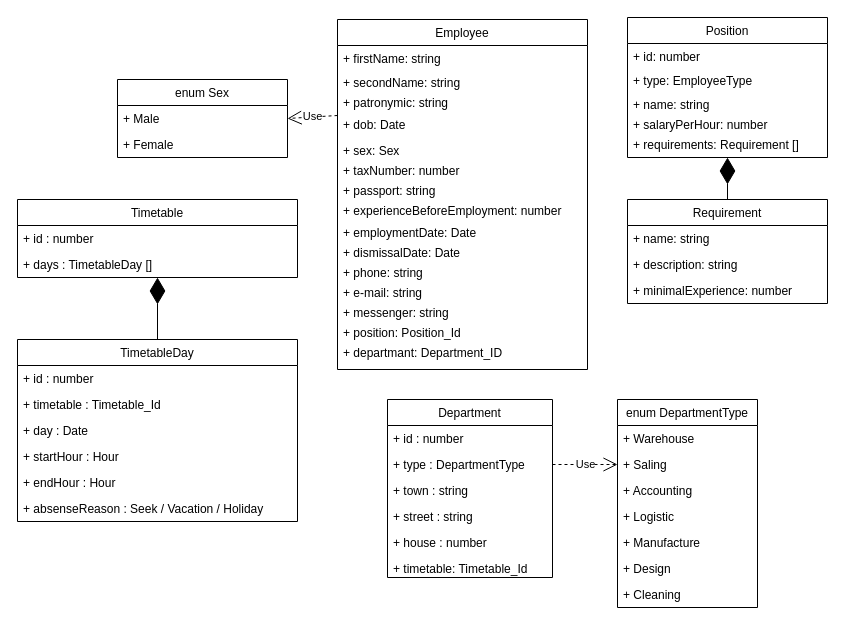
The draw.io diagram HR/hr.drawio in CloudOpsMaster/factoryBusinessOptimisation, before the edit. Source tidied: cells renumbered, new cells numbered last; positions are measured from the earlier drawing's top-left corner, leaving out a move shared by most shapes. Both pictures are drawn from the tidied source at 100%, with x=0, y=0 at pixel (17, 17).
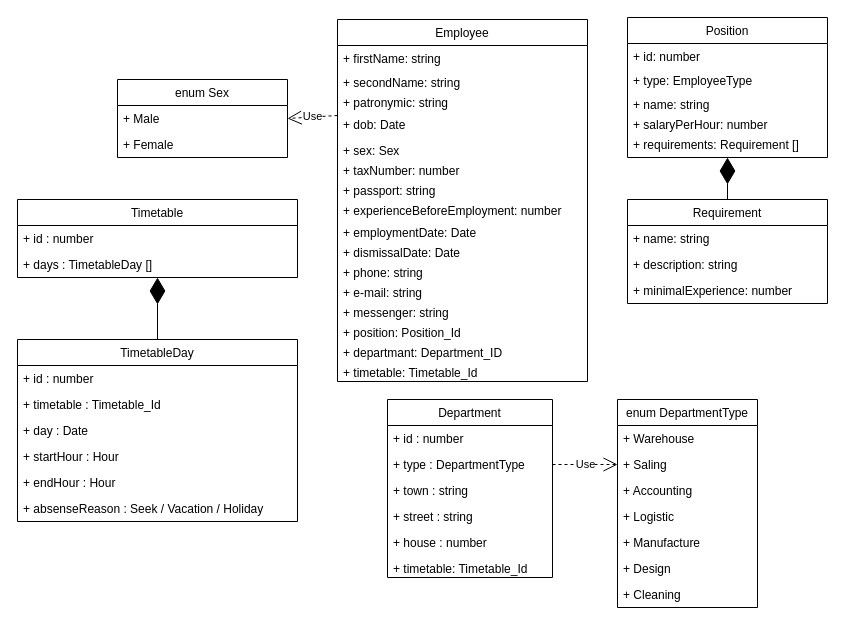
The same page after the edit.

Commit message:
HR: timetable for workers

Change to the diagram source:
```diff
@@
     <mxCell id="2" value="Employee" style="swimlane;fontStyle=0;horizontal=1;startSize=26;fillColor=none;" parent="1" vertex="1">
-      <mxGeometry x="320" y="2" width="250" height="350" as="geometry" />
+      <mxGeometry x="320" y="2" width="250" height="362" as="geometry" />
     </mxCell>
@@
     <mxCell id="17" value="+ departmant: Department_ID" style="text;strokeColor=none;fillColor=none;align=left;verticalAlign=top;spacingLeft=4;spacingRight=4;overflow=hidden;" parent="2" vertex="1">
-      <mxGeometry y="320" width="250" height="30" as="geometry" />
+      <mxGeometry y="320" width="250" height="20" as="geometry" />
     </mxCell>
+    <mxCell id="60" value="+ timetable: Timetable_Id" style="text;strokeColor=none;fillColor=none;align=left;verticalAlign=top;spacingLeft=4;spacingRight=4;overflow=hidden;" parent="2" vertex="1">
+      <mxGeometry y="340" width="250" height="22" as="geometry" />
+    </mxCell>
```
